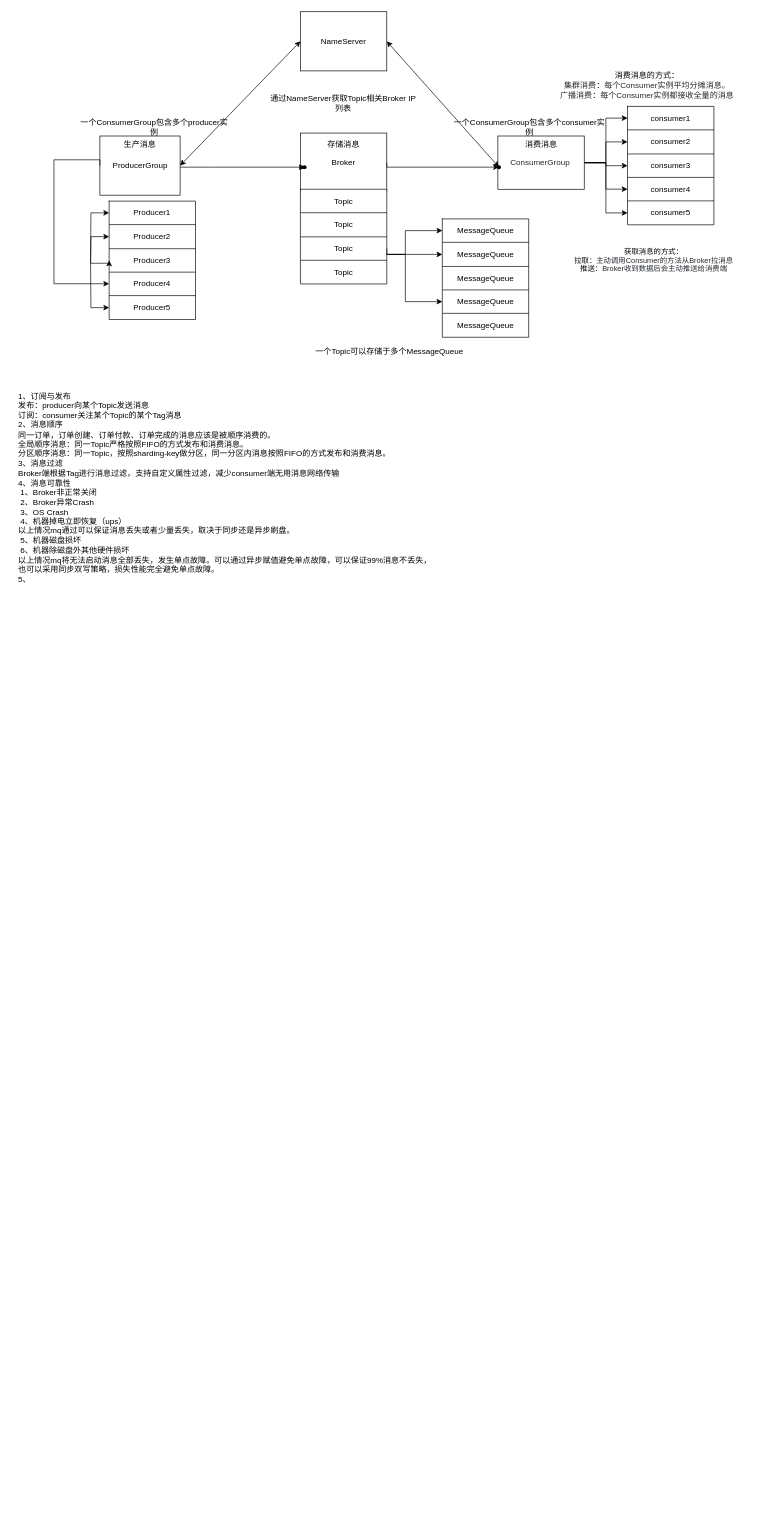
Before: rocketmq.drawio in haitao1325/testGit, a draw.io diagram. Source tidied: cells renumbered, new cells numbered last; positions are measured from the earlier drawing's top-left corner, leaving out a move shared by most shapes. Both pictures are drawn from the tidied source at 67%, with x=0, y=0 at pixel (17, 11).
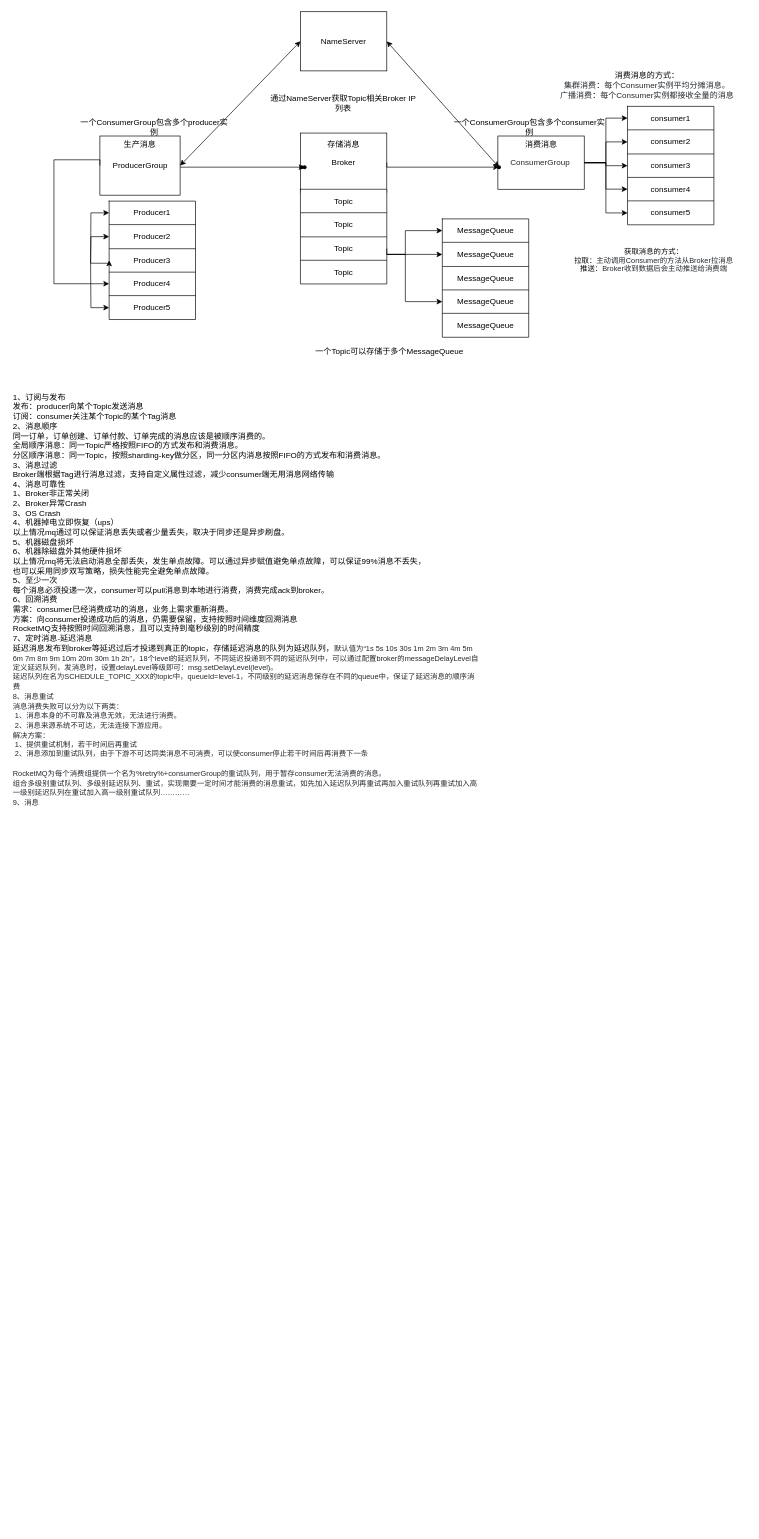
After the change.

Diff of the diagram source:
```diff
@@
-    <mxCell id="78" value="1、订阅与发布&lt;br&gt;发布：producer向某个Topic发送消息&lt;br&gt;订阅：consumer关注某个Topic的某个Tag消息&lt;br&gt;2、消息顺序&lt;br&gt;同一订单，订单创建、订单付款、订单完成的消息应该是被顺序消费的。&lt;br&gt;全局顺序消息：同一Topic严格按照FIFO的方式发布和消费消息。&lt;br&gt;分区顺序消息：同一Topic，按照sharding-key做分区，同一分区内消息按照FIFO的方式发布和消费消息。&lt;br&gt;3、消息过滤&lt;br&gt;Broker端根据Tag进行消息过滤，支持自定义属性过滤，减少consumer端无用消息网络传输&lt;br&gt;4、消息可靠性&lt;br&gt;&lt;span style=&quot;white-space: pre&quot;&gt; &lt;/span&gt;1、Broker非正常关闭&lt;br&gt;&lt;span style=&quot;white-space: pre&quot;&gt; &lt;/span&gt;2、Broker异常Crash&lt;br&gt;&lt;span style=&quot;white-space: pre&quot;&gt; &lt;/span&gt;3、OS Crash&lt;br&gt;&lt;span style=&quot;white-space: pre&quot;&gt; &lt;/span&gt;4、机器掉电立即恢复（ups）&lt;br&gt;以上情况mq通过可以保证消息丢失或者少量丢失，取决于同步还是异步刷盘。&lt;br&gt;&lt;span style=&quot;white-space: pre&quot;&gt; &lt;/span&gt;5、机器磁盘损坏&lt;br&gt;&lt;span style=&quot;white-space: pre&quot;&gt; &lt;/span&gt;6、机器除磁盘外其他硬件损坏&lt;br&gt;以上情况mq将无法启动消息全部丢失，发生单点故障。可以通过异步赋值避免单点故障，可以保证99%消息不丢失，&lt;br&gt;也可以采用同步双写策略，损失性能完全避免单点故障。&lt;br&gt;5、" style="text;html=1;strokeColor=none;fillColor=none;align=left;verticalAlign=top;whiteSpace=wrap;rounded=0;fontSize=12;" parent="1" vertex="1">
-      <mxGeometry y="560" width="700" height="1700" as="geometry" />
+    <mxCell id="78" value="1、订阅与发布&lt;br&gt;发布：producer向某个Topic发送消息&lt;br&gt;订阅：consumer关注某个Topic的某个Tag消息&lt;br&gt;2、消息顺序&lt;br&gt;同一订单，订单创建、订单付款、订单完成的消息应该是被顺序消费的。&lt;br&gt;全局顺序消息：同一Topic严格按照FIFO的方式发布和消费消息。&lt;br&gt;分区顺序消息：同一Topic，按照sharding-key做分区，同一分区内消息按照FIFO的方式发布和消费消息。&lt;br&gt;3、消息过滤&lt;br&gt;Broker端根据Tag进行消息过滤，支持自定义属性过滤，减少consumer端无用消息网络传输&lt;br&gt;4、消息可靠性&lt;br&gt;&lt;span&gt; &lt;/span&gt;1、Broker非正常关闭&lt;br&gt;&lt;span&gt; &lt;/span&gt;2、Broker异常Crash&lt;br&gt;&lt;span&gt; &lt;/span&gt;3、OS Crash&lt;br&gt;&lt;span&gt; &lt;/span&gt;4、机器掉电立即恢复（ups）&lt;br&gt;以上情况mq通过可以保证消息丢失或者少量丢失，取决于同步还是异步刷盘。&lt;br&gt;&lt;span&gt; &lt;/span&gt;5、机器磁盘损坏&lt;br&gt;&lt;span&gt; &lt;/span&gt;6、机器除磁盘外其他硬件损坏&lt;br&gt;以上情况mq将无法启动消息全部丢失，发生单点故障。可以通过异步赋值避免单点故障，可以保证99%消息不丢失，&lt;br&gt;也可以采用同步双写策略，损失性能完全避免单点故障。&lt;br&gt;5、至少一次&lt;br&gt;每个消息必须投递一次，consumer可以pull消息到本地进行消费，消费完成ack到broker。&lt;br&gt;6、回溯消费&lt;br&gt;需求：consumer已经消费成功的消息，业务上需求重新消费。&lt;br&gt;方案：向consumer投递成功后的消息，仍需要保留，支持按照时间维度回溯消息&lt;br&gt;RocketMQ支持按照时间回溯消息，且可以支持到毫秒级别的时间精度&lt;br&gt;7、定时消息-延迟消息&lt;br&gt;延迟消息发布到broker等延迟过后才投递到真正的topic，存储延迟消息的队列为延迟队列，&lt;span style=&quot;color: rgb(36 , 41 , 46) ; font-family: , &amp;#34;blinkmacsystemfont&amp;#34; , &amp;#34;segoe ui&amp;#34; , &amp;#34;helvetica&amp;#34; , &amp;#34;arial&amp;#34; , sans-serif , &amp;#34;apple color emoji&amp;#34; , &amp;#34;segoe ui emoji&amp;#34; ; background-color: rgb(255 , 255 , 255)&quot;&gt;&lt;font style=&quot;font-size: 11px&quot;&gt;默认值为“1s 5s 10s 30s 1m 2m 3m 4m 5m 6m 7m 8m 9m 10m 20m 30m 1h 2h”，18个level的延迟队列，不同延迟投递到不同的延迟队列中，可以通过配置broker的&lt;/font&gt;&lt;/span&gt;&lt;span style=&quot;color: rgb(36 , 41 , 46) ; font-family: , &amp;#34;blinkmacsystemfont&amp;#34; , &amp;#34;segoe ui&amp;#34; , &amp;#34;helvetica&amp;#34; , &amp;#34;arial&amp;#34; , sans-serif , &amp;#34;apple color emoji&amp;#34; , &amp;#34;segoe ui emoji&amp;#34; ; background-color: rgb(255 , 255 , 255)&quot;&gt;&lt;font style=&quot;font-size: 11px&quot;&gt;messageDelayLevel自定义延迟队列，&lt;/font&gt;&lt;/span&gt;&lt;span style=&quot;color: rgb(36 , 41 , 46) ; font-family: , &amp;#34;blinkmacsystemfont&amp;#34; , &amp;#34;segoe ui&amp;#34; , &amp;#34;helvetica&amp;#34; , &amp;#34;arial&amp;#34; , sans-serif , &amp;#34;apple color emoji&amp;#34; , &amp;#34;segoe ui emoji&amp;#34; ; background-color: rgb(255 , 255 , 255)&quot;&gt;&lt;font style=&quot;font-size: 11px&quot;&gt;发消息时，设置delayLevel等级即可：msg.setDelayLevel(level)。&lt;br&gt;延迟队列在名为SCHEDULE_TOPIC_XXX的topic中，queueId=level-1，不同级别的延迟消息保存在不同的queue中，保证了延迟消息的顺序消费&lt;br&gt;8、消息重试&lt;br&gt;消息消费失败可以分为以下两类：&lt;br&gt;&lt;span style=&quot;white-space: pre&quot;&gt; &lt;/span&gt;1、消息本身的不可靠及消息无效，无法进行消费。&lt;br&gt;&lt;span style=&quot;white-space: pre&quot;&gt; &lt;/span&gt;2、消息来源系统不可达，无法连接下游应用。&lt;br&gt;解决方案：&lt;br&gt;&lt;span style=&quot;white-space: pre&quot;&gt; &lt;/span&gt;1、提供重试机制，若干时间后再重试&lt;br&gt;&lt;span style=&quot;white-space: pre&quot;&gt; &lt;/span&gt;2、消息添加到重试队列，由于下游不可达同类消息不可消费，可以使consumer停止若干时间后再消费下一条&lt;br&gt;&lt;br&gt;RocketMQ为每个消费组提供一个名为%retry%+consumerGroup的重试队列，用于暂存consumer无法消费的消息。&lt;br&gt;组合多级别重试队列、多级别延迟队列、重试，实现需要一定时间才能消费的消息重试，如先加入延迟队列再重试再加入重试队列再重试加入高一级别延迟队列在重试加入高一级别重试队列…………&lt;br&gt;9、消息&lt;br&gt;&lt;/font&gt;&lt;/span&gt;" style="text;html=1;strokeColor=none;fillColor=none;align=left;verticalAlign=top;whiteSpace=wrap;rounded=0;fontSize=12;" parent="1" vertex="1">
+      <mxGeometry x="-8" y="562" width="700" height="1700" as="geometry" />
     </mxCell>
```
